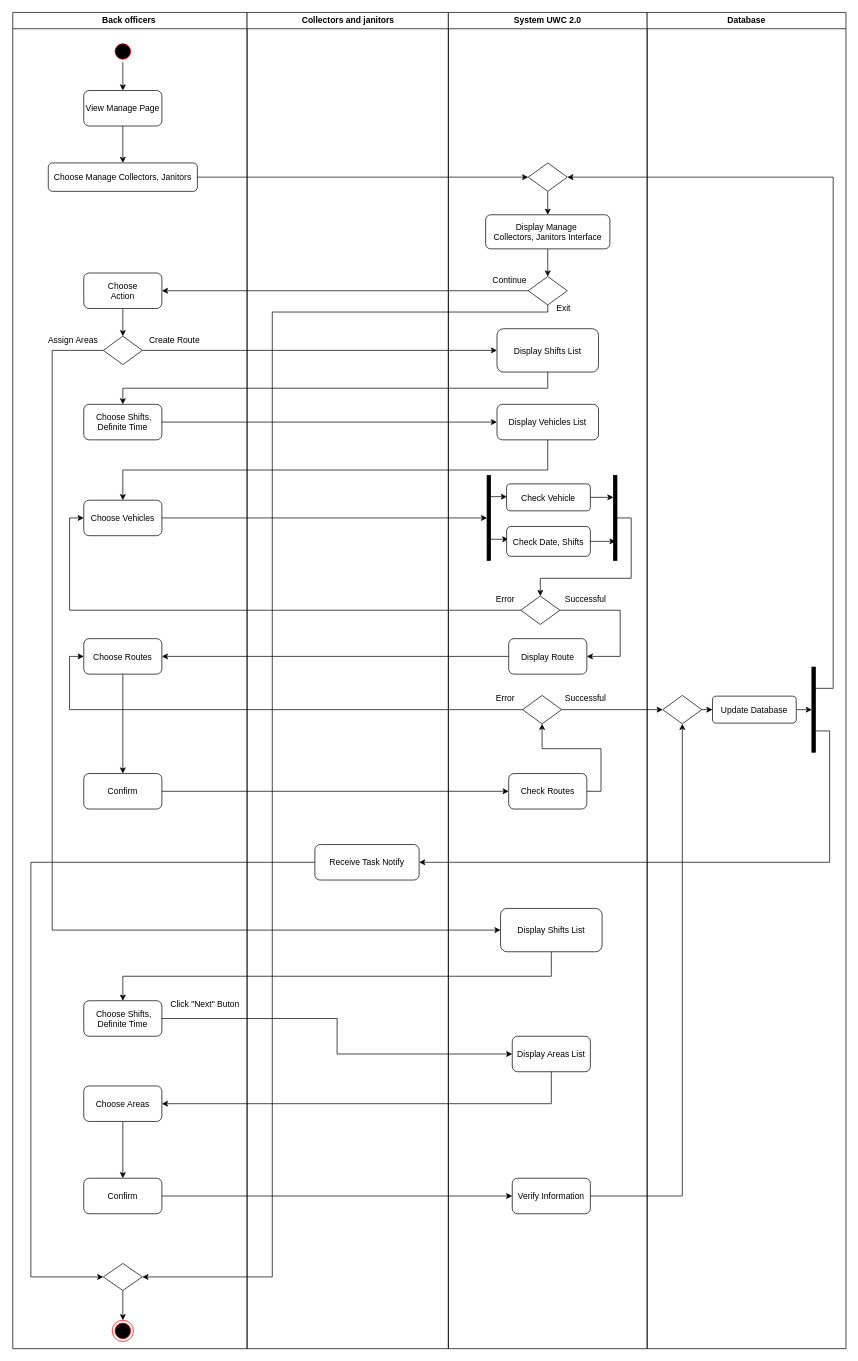
Above: Task 2/2.1/Activity-Diagram-Task-Assignment.drawio in astr0tas/SE-with-Da-Bois---UWC-2.0 (draw.io), before the change. Source tidied: cells renumbered, new cells numbered last; positions are measured from the earlier drawing's top-left corner, leaving out a move shared by most shapes. Both pictures are drawn from the tidied source at 71%, with x=0, y=0 at pixel (12, 12).
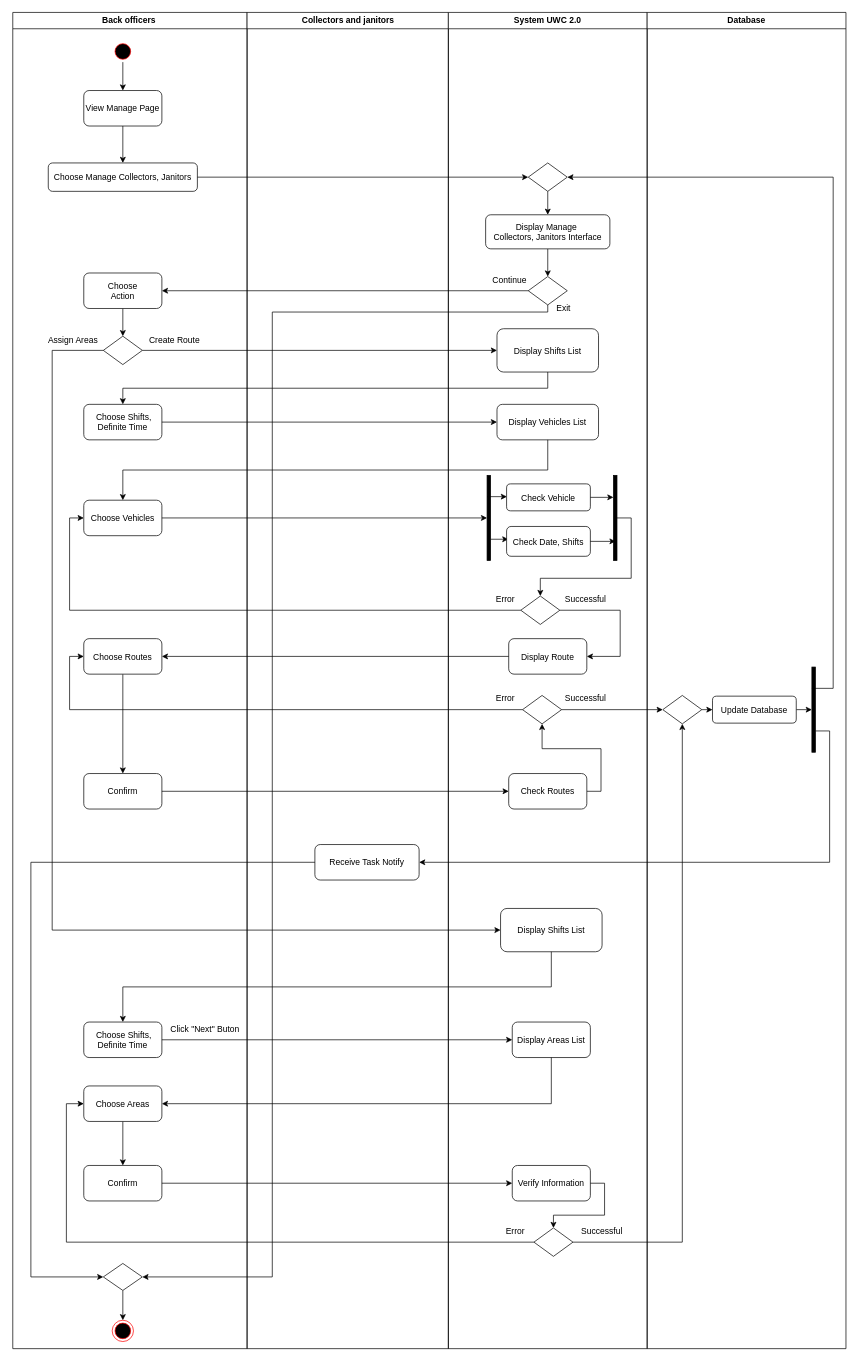
The same page after the edit.

The change refers to these unchanged cells:
```xml
<mxCell id="2" value="Back officers " style="swimlane;whiteSpace=wrap;" parent="1" vertex="1">
  <mxGeometry x="0.5" width="330" height="1882" as="geometry" />
</mxCell>
<mxCell id="22" value="Choose Areas" style="rounded=1;" parent="2" vertex="1">
  <mxGeometry x="100" y="1512" width="110" height="50" as="geometry" />
</mxCell>
<mxCell id="29" value="System UWC 2.0" style="swimlane;whiteSpace=wrap;startSize=23;" parent="1" vertex="1">
  <mxGeometry x="614" width="280" height="1882" as="geometry" />
</mxCell>
<mxCell id="68" style="rhombus;" parent="64" vertex="1">
  <mxGeometry x="22" y="962" width="55" height="40" as="geometry" />
</mxCell>
```

The edit, as a diff of the source:
```diff
@@
     <mxCell id="13" value="Confirm" style="rounded=1;" parent="2" vertex="1">
-      <mxGeometry x="100" y="1642" width="110" height="50" as="geometry" />
+      <mxGeometry x="100" y="1624" width="110" height="50" as="geometry" />
     </mxCell>
@@
     <mxCell id="20" value=" Choose Shifts,&#10;Definite Time" style="rounded=1;" parent="2" vertex="1">
-      <mxGeometry x="100" y="1392" width="110" height="50" as="geometry" />
+      <mxGeometry x="100" y="1422" width="110" height="50" as="geometry" />
     </mxCell>
@@
     <mxCell id="24" value="Click &quot;Next&quot; Buton" style="text;html=1;align=center;verticalAlign=middle;strokeColor=none;fillColor=none;" parent="2" vertex="1">
-      <mxGeometry x="210" y="1382" width="120" height="30" as="geometry" />
+      <mxGeometry x="210" y="1417" width="120" height="30" as="geometry" />
     </mxCell>
@@
     <mxCell id="42" value="Display Areas List" style="rounded=1;" parent="29" vertex="1">
-      <mxGeometry x="90" y="1442" width="110" height="50" as="geometry" />
+      <mxGeometry x="90" y="1422" width="110" height="50" as="geometry" />
     </mxCell>
     <mxCell id="43" value="Verify Information" style="rounded=1;strokeColor=#000000;fillColor=#FFFFFF;" parent="29" vertex="1">
-      <mxGeometry x="90" y="1642" width="110" height="50" as="geometry" />
+      <mxGeometry x="90" y="1624" width="110" height="50" as="geometry" />
     </mxCell>
@@
+    <mxCell id="92" style="rhombus;" parent="29" vertex="1">
+      <mxGeometry x="120.5" y="1712" width="55" height="40" as="geometry" />
+    </mxCell>
+    <mxCell id="88" style="edgeStyle=orthogonalEdgeStyle;rounded=0;jettySize=auto;html=1;exitX=1;exitY=0.5;exitDx=0;exitDy=0;entryX=0.5;entryY=0;entryDx=0;entryDy=0;" parent="29" edge="1" source="43" target="92">
+      <mxGeometry relative="1" as="geometry" />
+    </mxCell>
+    <mxCell id="93" value="Error" style="text;html=1;align=center;verticalAlign=middle;strokeColor=none;fillColor=none;" parent="29" vertex="1">
+      <mxGeometry x="68.5" y="1702" width="50" height="30" as="geometry" />
+    </mxCell>
+    <mxCell id="94" value="Successful" style="text;html=1;align=center;verticalAlign=middle;strokeColor=none;fillColor=none;" parent="29" vertex="1">
+      <mxGeometry x="175.5" y="1702" width="80" height="30" as="geometry" />
+    </mxCell>
@@
-    <mxCell id="88" style="edgeStyle=orthogonalEdgeStyle;rounded=0;jettySize=auto;html=1;exitX=1;exitY=0.5;exitDx=0;exitDy=0;entryX=0.5;entryY=1;entryDx=0;entryDy=0;" parent="1" edge="1" source="43" target="68">
-      <mxGeometry relative="1" as="geometry" />
-    </mxCell>
@@
+    <mxCell id="95" style="edgeStyle=orthogonalEdgeStyle;rounded=0;jettySize=auto;html=1;exitX=0;exitY=0.5;exitDx=0;exitDy=0;entryX=0;entryY=0.5;entryDx=0;entryDy=0;" parent="1" edge="1" source="92" target="22">
+      <mxGeometry relative="1" as="geometry">
+        <Array as="points">
+          <mxPoint x="76" y="1732" />
+          <mxPoint x="76" y="1537" />
+        </Array>
+      </mxGeometry>
+    </mxCell>
+    <mxCell id="96" style="edgeStyle=orthogonalEdgeStyle;rounded=0;jettySize=auto;html=1;exitX=1;exitY=0.5;exitDx=0;exitDy=0;entryX=0.5;entryY=1;entryDx=0;entryDy=0;" parent="1" edge="1" source="92" target="68">
+      <mxGeometry relative="1" as="geometry" />
+    </mxCell>
```
